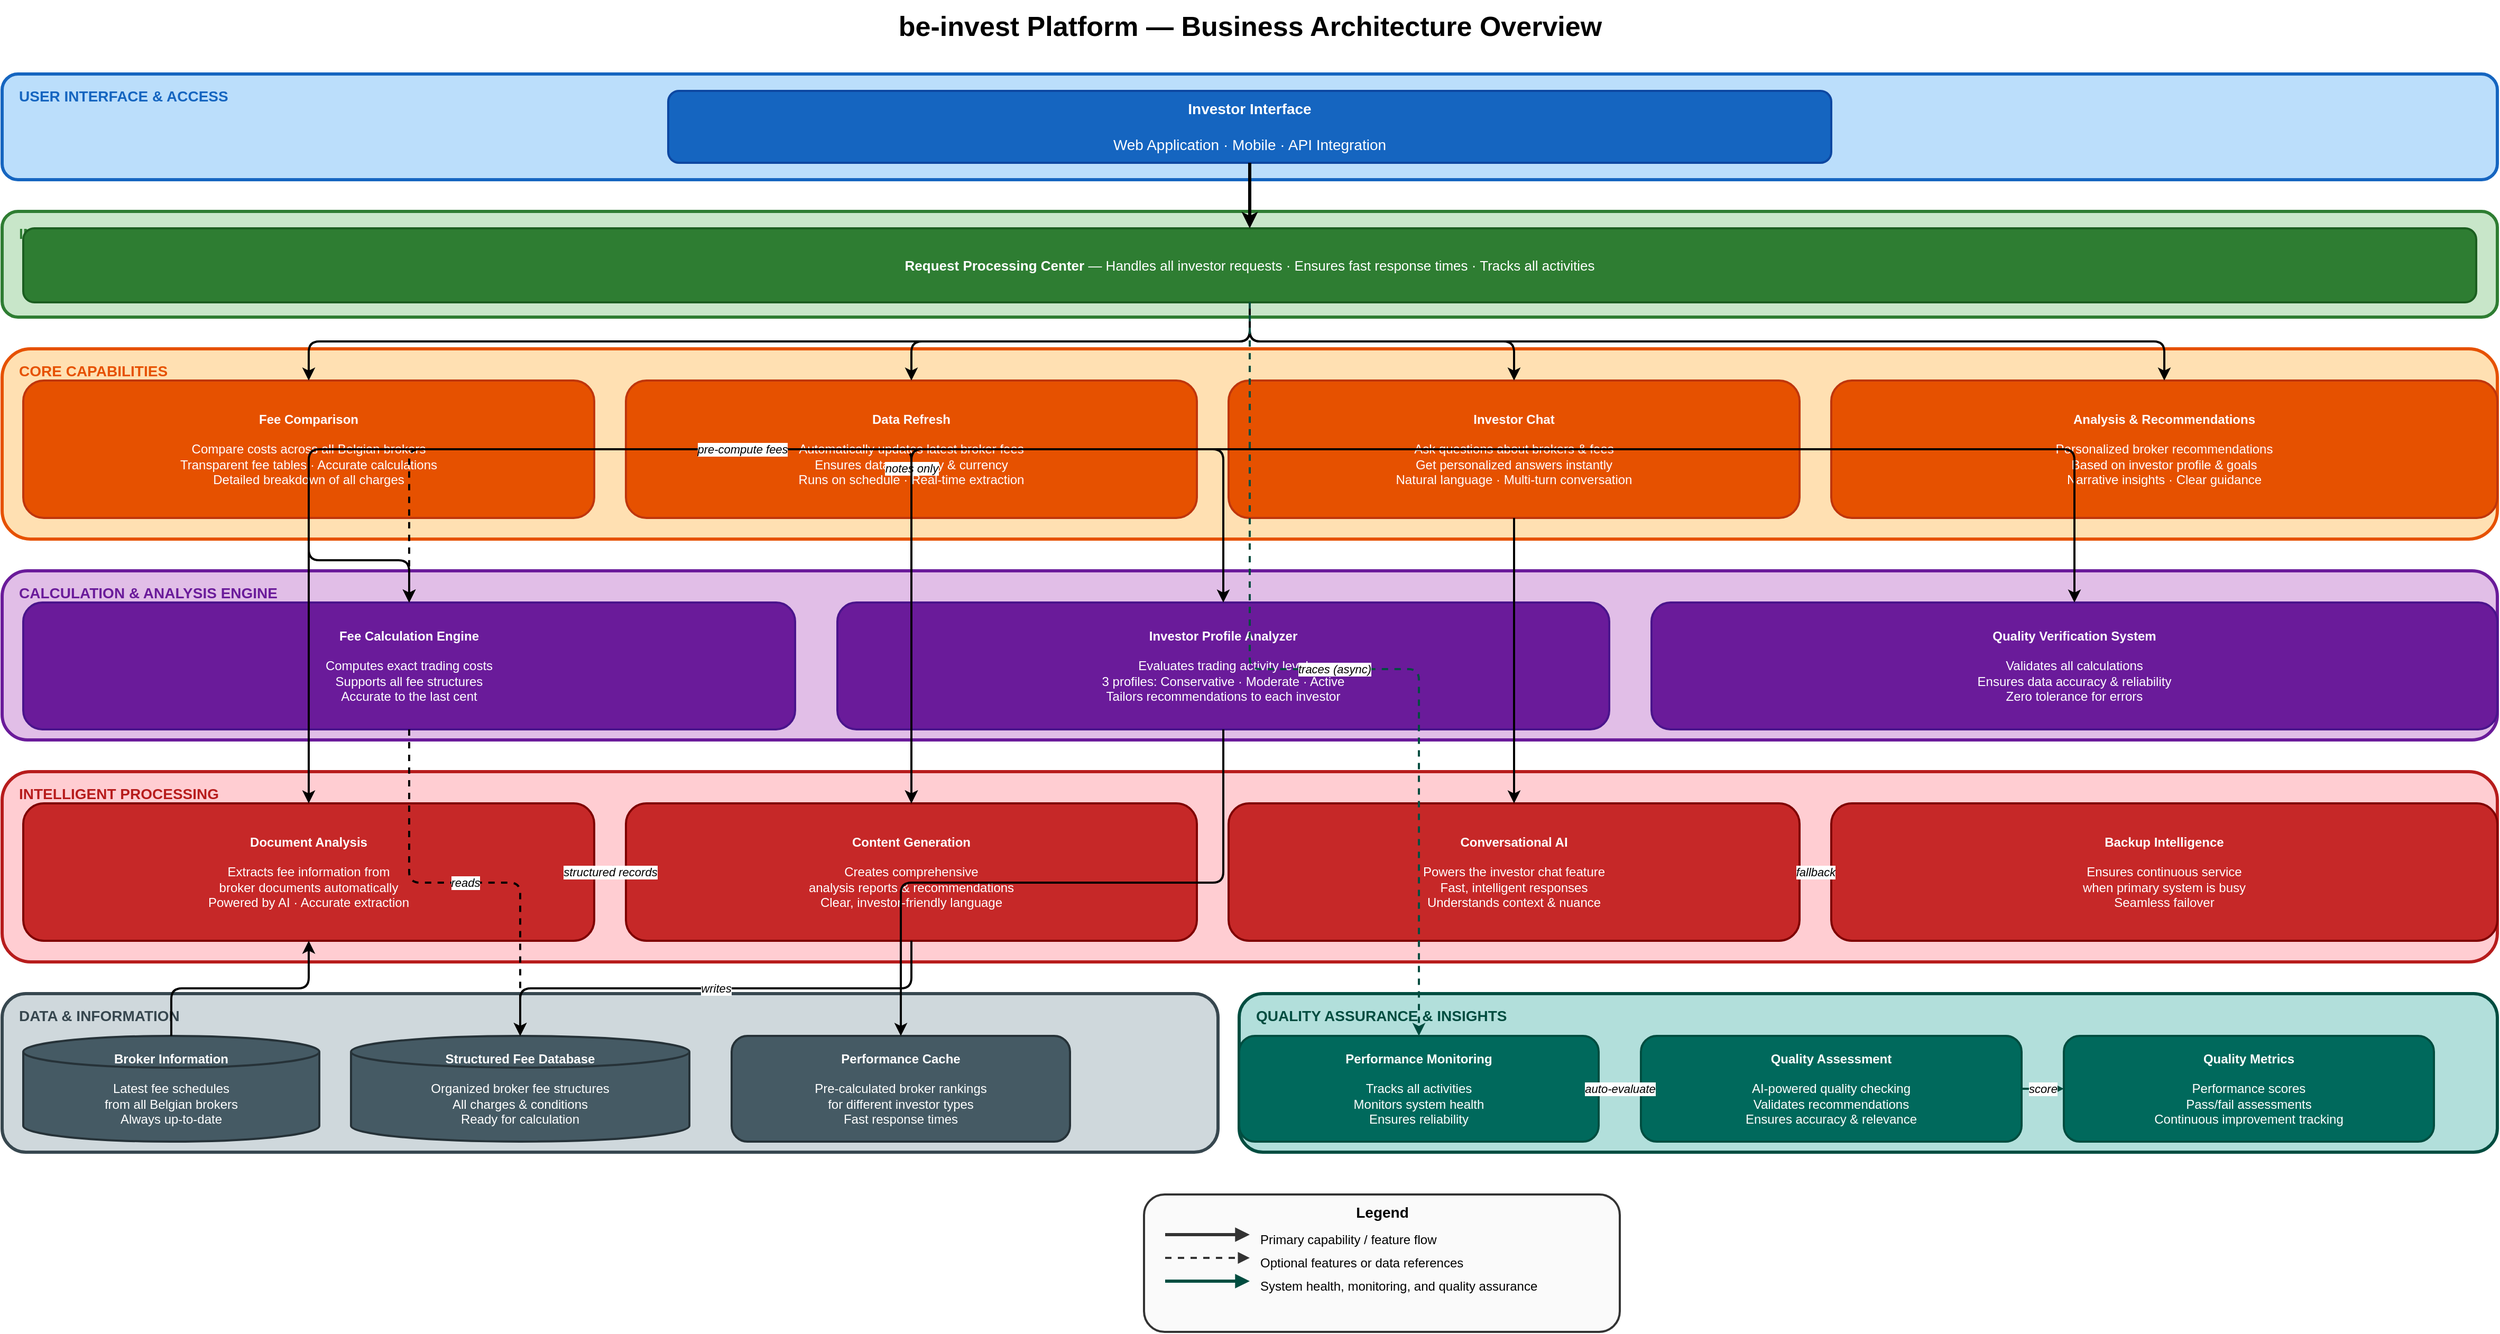
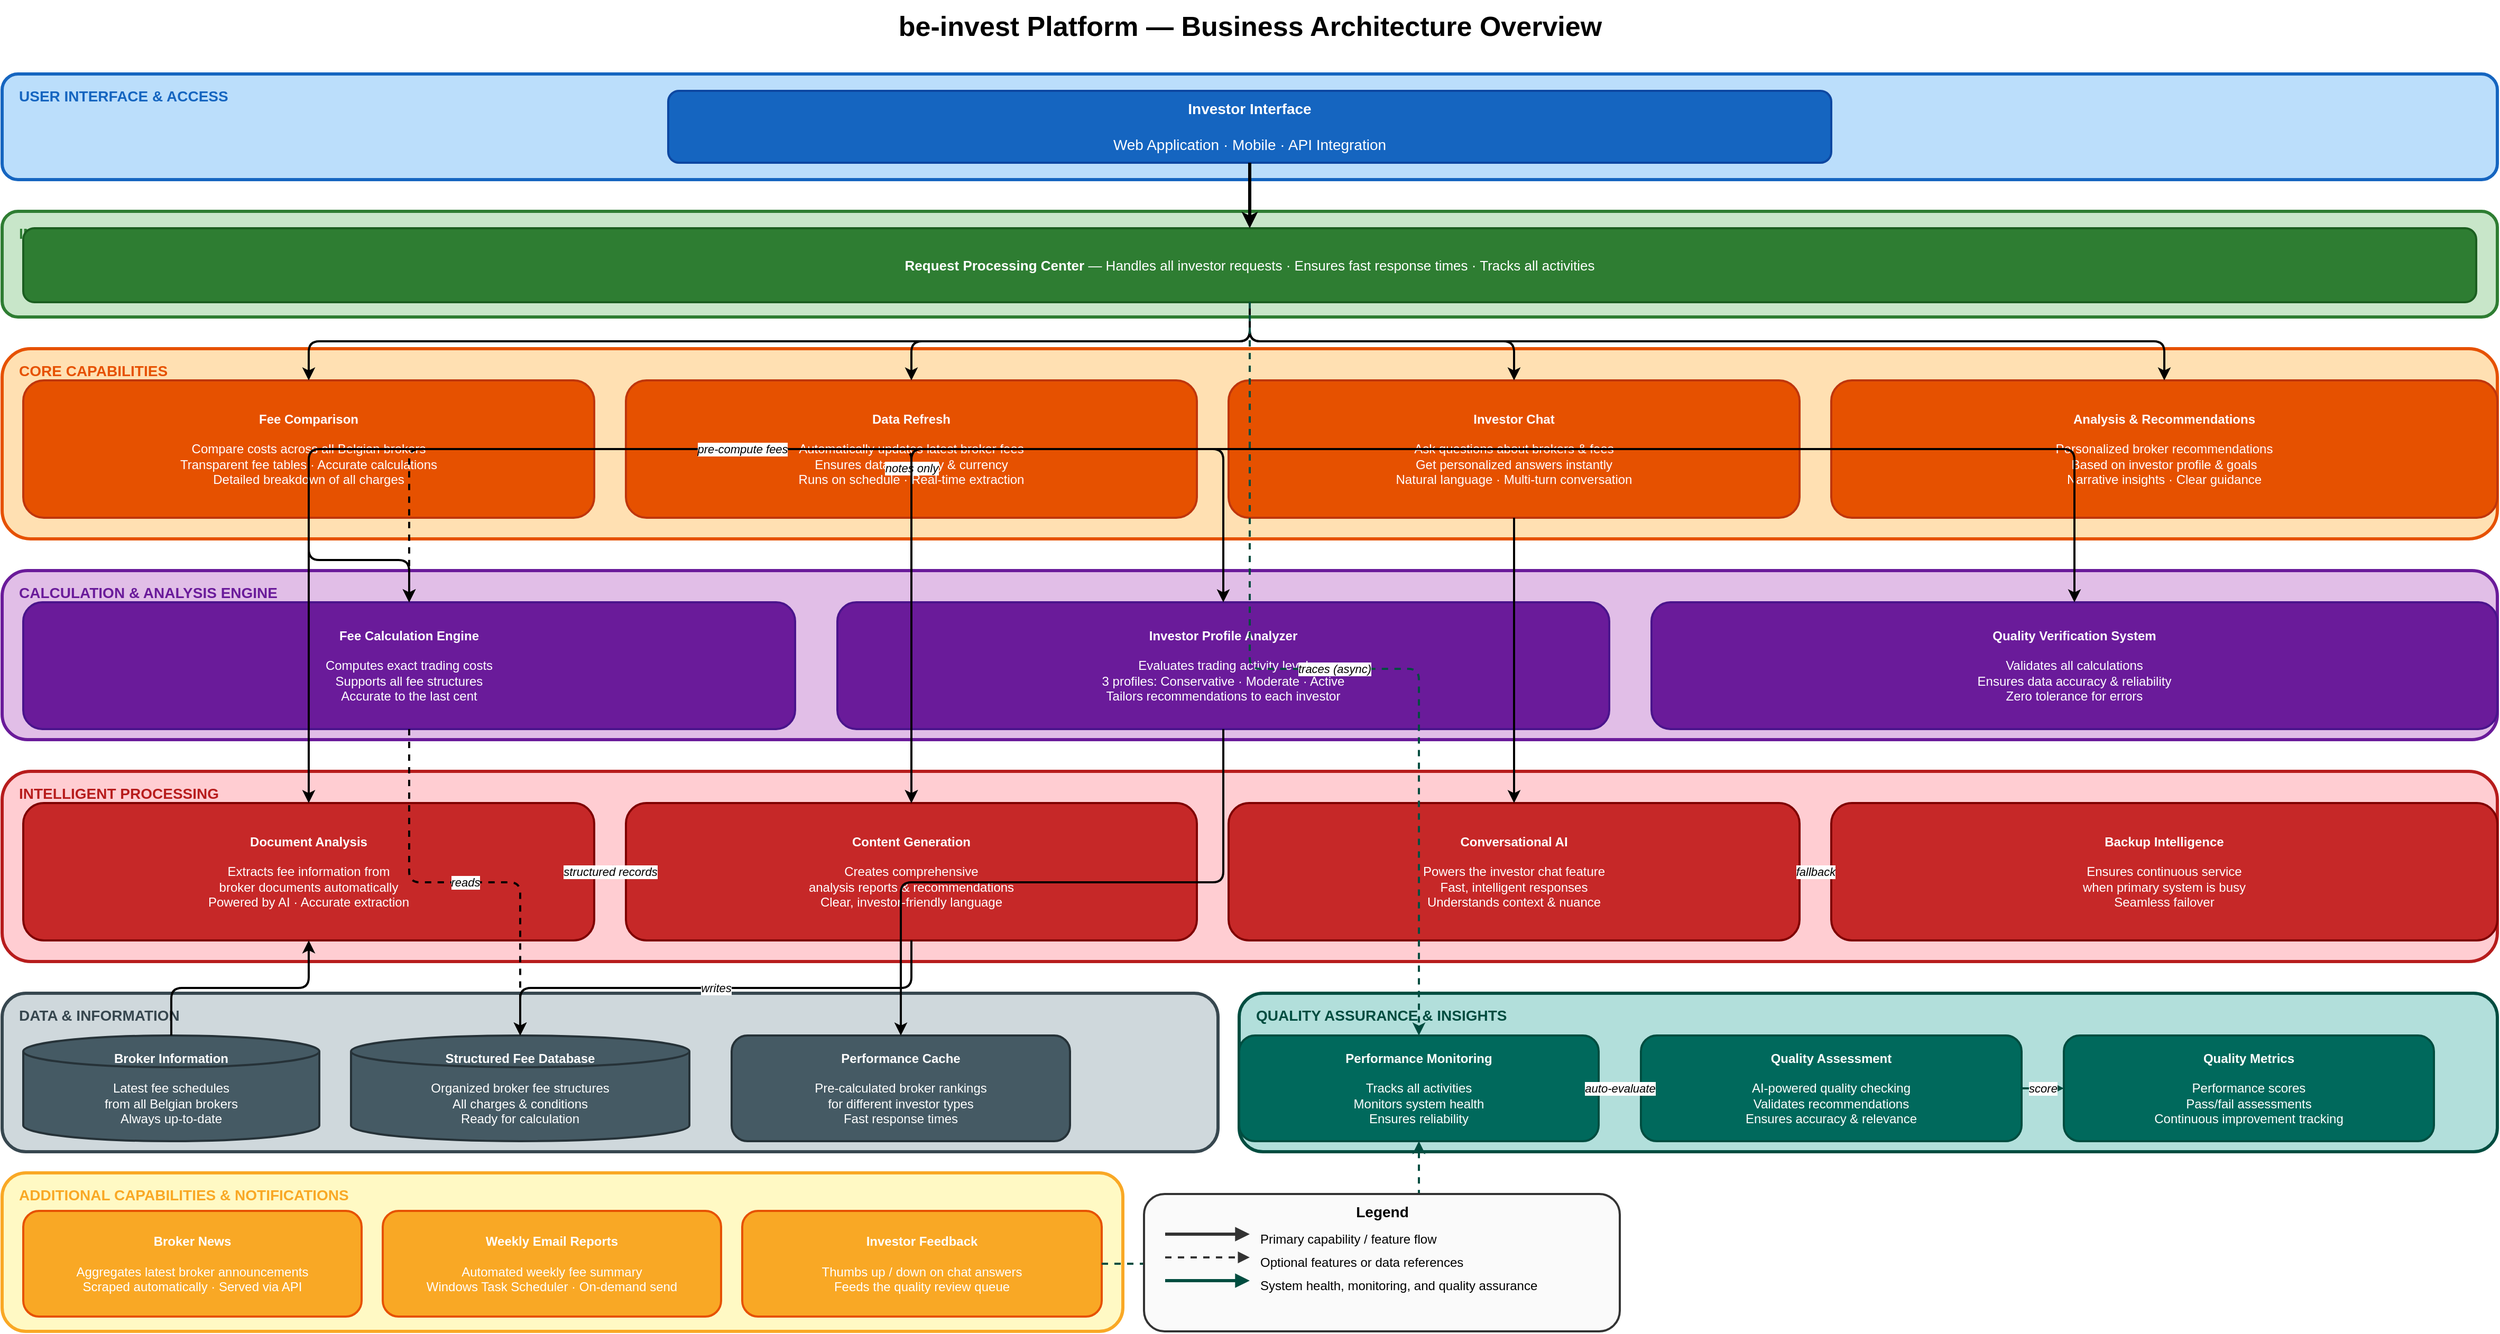
<?xml version="1.0" encoding="UTF-8"?>
<mxfile host="app.diagrams.net" version="21.0.0">
  <diagram id="current-arch" name="be-invest Current Architecture">
    <mxGraphModel dx="1422" dy="762" grid="1" gridSize="10" guides="1" tooltips="1" connect="1" arrows="1" fold="1" page="1" pageScale="1" pageWidth="2400" pageHeight="1400" math="0" shadow="0">
      <root>
        <mxCell id="0" />
        <mxCell id="1" parent="0" />

        <!-- TITLE -->
        <mxCell id="title" value="be-invest Platform — Business Architecture Overview" style="text;html=1;strokeColor=none;fillColor=none;align=center;verticalAlign=middle;fontSize=26;fontStyle=1;" vertex="1" parent="1">
          <mxGeometry x="200" y="20" width="2000" height="50" as="geometry" />
        </mxCell>

        <!-- ============================================================ -->
        <!-- SECTION BACKGROUNDS                                          -->
        <!-- ============================================================ -->

        <mxCell id="bg_client" value="" style="rounded=1;fillColor=#BBDEFB;strokeColor=#1565C0;strokeWidth=3;" vertex="1" parent="1">
          <mxGeometry x="20" y="90" width="2360" height="100" as="geometry" />
        </mxCell>
        <mxCell id="lbl_client" value="USER INTERFACE &amp; ACCESS" style="text;html=1;strokeColor=none;fillColor=none;align=left;verticalAlign=top;fontStyle=1;fontSize=14;fontColor=#1565C0;" vertex="1" parent="1">
          <mxGeometry x="34" y="96" width="200" height="24" as="geometry" />
        </mxCell>

        <mxCell id="bg_api" value="" style="rounded=1;fillColor=#C8E6C9;strokeColor=#2E7D32;strokeWidth=3;" vertex="1" parent="1">
          <mxGeometry x="20" y="220" width="2360" height="100" as="geometry" />
        </mxCell>
        <mxCell id="lbl_api" value="INTEGRATION &amp; REQUEST HANDLING" style="text;html=1;strokeColor=none;fillColor=none;align=left;verticalAlign=top;fontStyle=1;fontSize=14;fontColor=#2E7D32;" vertex="1" parent="1">
          <mxGeometry x="34" y="226" width="200" height="24" as="geometry" />
        </mxCell>

        <mxCell id="bg_endpoints" value="" style="rounded=1;fillColor=#FFE0B2;strokeColor=#E65100;strokeWidth=3;" vertex="1" parent="1">
          <mxGeometry x="20" y="350" width="2360" height="180" as="geometry" />
        </mxCell>
        <mxCell id="lbl_endpoints" value="CORE CAPABILITIES" style="text;html=1;strokeColor=none;fillColor=none;align=left;verticalAlign=top;fontStyle=1;fontSize=14;fontColor=#E65100;" vertex="1" parent="1">
          <mxGeometry x="34" y="356" width="220" height="24" as="geometry" />
        </mxCell>

        <mxCell id="bg_business" value="" style="rounded=1;fillColor=#E1BEE7;strokeColor=#6A1B9A;strokeWidth=3;" vertex="1" parent="1">
          <mxGeometry x="20" y="560" width="2360" height="160" as="geometry" />
        </mxCell>
        <mxCell id="lbl_business" value="CALCULATION &amp; ANALYSIS ENGINE" style="text;html=1;strokeColor=none;fillColor=none;align=left;verticalAlign=top;fontStyle=1;fontSize=14;fontColor=#6A1B9A;" vertex="1" parent="1">
          <mxGeometry x="34" y="566" width="280" height="24" as="geometry" />
        </mxCell>

        <mxCell id="bg_llm" value="" style="rounded=1;fillColor=#FFCDD2;strokeColor=#B71C1C;strokeWidth=3;" vertex="1" parent="1">
          <mxGeometry x="20" y="750" width="2360" height="180" as="geometry" />
        </mxCell>
        <mxCell id="lbl_llm" value="INTELLIGENT PROCESSING" style="text;html=1;strokeColor=none;fillColor=none;align=left;verticalAlign=top;fontStyle=1;fontSize=14;fontColor=#B71C1C;" vertex="1" parent="1">
          <mxGeometry x="34" y="756" width="280" height="24" as="geometry" />
        </mxCell>

        <mxCell id="bg_data" value="" style="rounded=1;fillColor=#CFD8DC;strokeColor=#37474F;strokeWidth=3;" vertex="1" parent="1">
          <mxGeometry x="20" y="960" width="1150" height="150" as="geometry" />
        </mxCell>
        <mxCell id="lbl_data" value="DATA &amp; INFORMATION" style="text;html=1;strokeColor=none;fillColor=none;align=left;verticalAlign=top;fontStyle=1;fontSize=14;fontColor=#37474F;" vertex="1" parent="1">
          <mxGeometry x="34" y="966" width="200" height="24" as="geometry" />
        </mxCell>

        <mxCell id="bg_obs" value="" style="rounded=1;fillColor=#B2DFDB;strokeColor=#004D40;strokeWidth=3;" vertex="1" parent="1">
          <mxGeometry x="1190" y="960" width="1190" height="150" as="geometry" />
        </mxCell>
        <mxCell id="lbl_obs" value="QUALITY ASSURANCE &amp; INSIGHTS" style="text;html=1;strokeColor=none;fillColor=none;align=left;verticalAlign=top;fontStyle=1;fontSize=14;fontColor=#004D40;" vertex="1" parent="1">
          <mxGeometry x="1204" y="966" width="420" height="24" as="geometry" />
        </mxCell>

        <!-- ============================================================ -->
        <!-- COMPONENTS                                                    -->
        <!-- ============================================================ -->

        <!-- CLIENT -->
        <mxCell id="client" value="&lt;b&gt;Investor Interface&lt;/b&gt;&lt;br&gt;&lt;br&gt;Web Application · Mobile · API Integration" style="rounded=1;whiteSpace=wrap;html=1;fillColor=#1565C0;strokeColor=#0D47A1;fontColor=#ffffff;fontSize=14;strokeWidth=2;" vertex="1" parent="1">
          <mxGeometry x="650" y="106" width="1100" height="68" as="geometry" />
        </mxCell>

        <!-- FASTAPI -->
        <mxCell id="fastapi" value="&lt;b&gt;Request Processing Center&lt;/b&gt;   —   Handles all investor requests · Ensures fast response times · Tracks all activities" style="rounded=1;whiteSpace=wrap;html=1;fillColor=#2E7D32;strokeColor=#1B5E20;fontColor=#ffffff;fontSize=13;strokeWidth=2;" vertex="1" parent="1">
          <mxGeometry x="40" y="236" width="2320" height="70" as="geometry" />
        </mxCell>

        <!-- ENDPOINTS -->
        <mxCell id="ep_cost" value="&lt;b&gt;Fee Comparison&lt;/b&gt;&lt;br&gt;&lt;br&gt;Compare costs across all Belgian brokers&lt;br&gt;Transparent fee tables · Accurate calculations&lt;br&gt;Detailed breakdown of all charges" style="rounded=1;whiteSpace=wrap;html=1;fillColor=#E65100;strokeColor=#BF360C;fontColor=#ffffff;fontSize=12;strokeWidth=2;" vertex="1" parent="1">
          <mxGeometry x="40" y="380" width="540" height="130" as="geometry" />
        </mxCell>

        <mxCell id="ep_refresh" value="&lt;b&gt;Data Refresh&lt;/b&gt;&lt;br&gt;&lt;br&gt;Automatically updates latest broker fees&lt;br&gt;Ensures data accuracy &amp; currency&lt;br&gt;Runs on schedule · Real-time extraction" style="rounded=1;whiteSpace=wrap;html=1;fillColor=#E65100;strokeColor=#BF360C;fontColor=#ffffff;fontSize=12;strokeWidth=2;" vertex="1" parent="1">
          <mxGeometry x="610" y="380" width="540" height="130" as="geometry" />
        </mxCell>

        <mxCell id="ep_chat" value="&lt;b&gt;Investor Chat&lt;/b&gt;&lt;br&gt;&lt;br&gt;Ask questions about brokers &amp; fees&lt;br&gt;Get personalized answers instantly&lt;br&gt;Natural language · Multi-turn conversation" style="rounded=1;whiteSpace=wrap;html=1;fillColor=#E65100;strokeColor=#BF360C;fontColor=#ffffff;fontSize=12;strokeWidth=2;" vertex="1" parent="1">
          <mxGeometry x="1180" y="380" width="540" height="130" as="geometry" />
        </mxCell>

        <mxCell id="ep_financial" value="&lt;b&gt;Analysis &amp; Recommendations&lt;/b&gt;&lt;br&gt;&lt;br&gt;Personalized broker recommendations&lt;br&gt;Based on investor profile &amp; goals&lt;br&gt;Narrative insights · Clear guidance" style="rounded=1;whiteSpace=wrap;html=1;fillColor=#E65100;strokeColor=#BF360C;fontColor=#ffffff;fontSize=12;strokeWidth=2;" vertex="1" parent="1">
          <mxGeometry x="1750" y="380" width="630" height="130" as="geometry" />
        </mxCell>

        <!-- BUSINESS LOGIC -->
        <mxCell id="fee_calc" value="&lt;b&gt;Fee Calculation Engine&lt;/b&gt;&lt;br&gt;&lt;br&gt;Computes exact trading costs&lt;br&gt;Supports all fee structures&lt;br&gt;Accurate to the last cent" style="rounded=1;whiteSpace=wrap;html=1;fillColor=#6A1B9A;strokeColor=#4A148C;fontColor=#ffffff;fontSize=12;strokeWidth=2;" vertex="1" parent="1">
          <mxGeometry x="40" y="590" width="730" height="120" as="geometry" />
        </mxCell>

        <mxCell id="persona_calc" value="&lt;b&gt;Investor Profile Analyzer&lt;/b&gt;&lt;br&gt;&lt;br&gt;Evaluates trading activity level&lt;br&gt;3 profiles: Conservative · Moderate · Active&lt;br&gt;Tailors recommendations to each investor" style="rounded=1;whiteSpace=wrap;html=1;fillColor=#6A1B9A;strokeColor=#4A148C;fontColor=#ffffff;fontSize=12;strokeWidth=2;" vertex="1" parent="1">
          <mxGeometry x="810" y="590" width="730" height="120" as="geometry" />
        </mxCell>

        <mxCell id="validator" value="&lt;b&gt;Quality Verification System&lt;/b&gt;&lt;br&gt;&lt;br&gt;Validates all calculations&lt;br&gt;Ensures data accuracy &amp; reliability&lt;br&gt;Zero tolerance for errors" style="rounded=1;whiteSpace=wrap;html=1;fillColor=#6A1B9A;strokeColor=#4A148C;fontColor=#ffffff;fontSize=12;strokeWidth=2;" vertex="1" parent="1">
          <mxGeometry x="1580" y="590" width="800" height="120" as="geometry" />
        </mxCell>

        <!-- LLM SERVICES -->
        <mxCell id="llm_gpt4o" value="&lt;b&gt;Document Analysis&lt;/b&gt;&lt;br&gt;&lt;br&gt;Extracts fee information from&lt;br&gt;broker documents automatically&lt;br&gt;Powered by AI · Accurate extraction" style="rounded=1;whiteSpace=wrap;html=1;fillColor=#C62828;strokeColor=#7F0000;fontColor=#ffffff;fontSize=12;strokeWidth=2;" vertex="1" parent="1">
          <mxGeometry x="40" y="780" width="540" height="130" as="geometry" />
        </mxCell>

        <mxCell id="llm_claude" value="&lt;b&gt;Content Generation&lt;/b&gt;&lt;br&gt;&lt;br&gt;Creates comprehensive&lt;br&gt;analysis reports &amp; recommendations&lt;br&gt;Clear, investor-friendly language" style="rounded=1;whiteSpace=wrap;html=1;fillColor=#C62828;strokeColor=#7F0000;fontColor=#ffffff;fontSize=12;strokeWidth=2;" vertex="1" parent="1">
          <mxGeometry x="610" y="780" width="540" height="130" as="geometry" />
        </mxCell>

        <mxCell id="llm_groq" value="&lt;b&gt;Conversational AI&lt;/b&gt;&lt;br&gt;&lt;br&gt;Powers the investor chat feature&lt;br&gt;Fast, intelligent responses&lt;br&gt;Understands context &amp; nuance" style="rounded=1;whiteSpace=wrap;html=1;fillColor=#C62828;strokeColor=#7F0000;fontColor=#ffffff;fontSize=12;strokeWidth=2;" vertex="1" parent="1">
          <mxGeometry x="1180" y="780" width="540" height="130" as="geometry" />
        </mxCell>

        <mxCell id="llm_gemini_flash" value="&lt;b&gt;Backup Intelligence&lt;/b&gt;&lt;br&gt;&lt;br&gt;Ensures continuous service&lt;br&gt;when primary system is busy&lt;br&gt;Seamless failover" style="rounded=1;whiteSpace=wrap;html=1;fillColor=#C62828;strokeColor=#7F0000;fontColor=#ffffff;fontSize=12;strokeWidth=2;" vertex="1" parent="1">
          <mxGeometry x="1750" y="780" width="630" height="130" as="geometry" />
        </mxCell>

        <!-- DATA LAYER -->
        <mxCell id="pdf_files" value="&lt;b&gt;Broker Information&lt;/b&gt;&lt;br&gt;&lt;br&gt;Latest fee schedules&lt;br&gt;from all Belgian brokers&lt;br&gt;Always up-to-date" style="shape=cylinder3;whiteSpace=wrap;html=1;fillColor=#455A64;strokeColor=#263238;fontColor=#ffffff;fontSize=12;strokeWidth=2;" vertex="1" parent="1">
          <mxGeometry x="40" y="1000" width="280" height="100" as="geometry" />
        </mxCell>

        <mxCell id="fee_rules_json" value="&lt;b&gt;Structured Fee Database&lt;/b&gt;&lt;br&gt;&lt;br&gt;Organized broker fee structures&lt;br&gt;All charges &amp; conditions&lt;br&gt;Ready for calculation" style="shape=cylinder3;whiteSpace=wrap;html=1;fillColor=#455A64;strokeColor=#263238;fontColor=#ffffff;fontSize=12;strokeWidth=2;" vertex="1" parent="1">
          <mxGeometry x="350" y="1000" width="320" height="100" as="geometry" />
        </mxCell>

        <mxCell id="cache_mem" value="&lt;b&gt;Performance Cache&lt;/b&gt;&lt;br&gt;&lt;br&gt;Pre-calculated broker rankings&lt;br&gt;for different investor types&lt;br&gt;Fast response times" style="rounded=1;whiteSpace=wrap;html=1;fillColor=#455A64;strokeColor=#263238;fontColor=#ffffff;fontSize=12;strokeWidth=2;" vertex="1" parent="1">
          <mxGeometry x="710" y="1000" width="320" height="100" as="geometry" />
        </mxCell>

        <!-- OBSERVABILITY LAYER -->
        <mxCell id="langfuse" value="&lt;b&gt;Performance Monitoring&lt;/b&gt;&lt;br&gt;&lt;br&gt;Tracks all activities&lt;br&gt;Monitors system health&lt;br&gt;Ensures reliability" style="rounded=1;whiteSpace=wrap;html=1;fillColor=#00695C;strokeColor=#004D40;fontColor=#ffffff;fontSize=12;strokeWidth=2;" vertex="1" parent="1">
          <mxGeometry x="1190" y="1000" width="340" height="100" as="geometry" />
        </mxCell>

        <mxCell id="llm_judge" value="&lt;b&gt;Quality Assessment&lt;/b&gt;&lt;br&gt;&lt;br&gt;AI-powered quality checking&lt;br&gt;Validates recommendations&lt;br&gt;Ensures accuracy &amp; relevance" style="rounded=1;whiteSpace=wrap;html=1;fillColor=#00695C;strokeColor=#004D40;fontColor=#ffffff;fontSize=12;strokeWidth=2;" vertex="1" parent="1">
          <mxGeometry x="1570" y="1000" width="360" height="100" as="geometry" />
        </mxCell>

        <mxCell id="eval_results" value="&lt;b&gt;Quality Metrics&lt;/b&gt;&lt;br&gt;&lt;br&gt;Performance scores&lt;br&gt;Pass/fail assessments&lt;br&gt;Continuous improvement tracking" style="rounded=1;whiteSpace=wrap;html=1;fillColor=#00695C;strokeColor=#004D40;fontColor=#ffffff;fontSize=12;strokeWidth=2;" vertex="1" parent="1">
          <mxGeometry x="1970" y="1000" width="350" height="100" as="geometry" />
        </mxCell>

        <!-- ============================================================ -->
+         <!-- ADDITIONAL CAPABILITIES & NOTIFICATIONS                       -->
+         <!-- ============================================================ -->
+         <mxCell id="bg_extra" value="" style="rounded=1;fillColor=#FFF9C4;strokeColor=#F9A825;strokeWidth=3;" vertex="1" parent="1">
+           <mxGeometry x="20" y="1130" width="1060" height="150" as="geometry" />
+         </mxCell>
+         <mxCell id="lbl_extra" value="ADDITIONAL CAPABILITIES &amp; NOTIFICATIONS" style="text;html=1;strokeColor=none;fillColor=none;align=left;verticalAlign=top;fontStyle=1;fontSize=14;fontColor=#F9A825;" vertex="1" parent="1">
+           <mxGeometry x="34" y="1136" width="420" height="24" as="geometry" />
+         </mxCell>
+         <mxCell id="cap_news" value="&lt;b&gt;Broker News&lt;/b&gt;&lt;br&gt;&lt;br&gt;Aggregates latest broker announcements&lt;br&gt;Scraped automatically · Served via API" style="rounded=1;whiteSpace=wrap;html=1;fillColor=#F9A825;strokeColor=#E65100;fontColor=#ffffff;fontSize=12;strokeWidth=2;" vertex="1" parent="1">
+           <mxGeometry x="40" y="1166" width="320" height="100" as="geometry" />
+         </mxCell>
+         <mxCell id="cap_email" value="&lt;b&gt;Weekly Email Reports&lt;/b&gt;&lt;br&gt;&lt;br&gt;Automated weekly fee summary&lt;br&gt;Windows Task Scheduler · On-demand send" style="rounded=1;whiteSpace=wrap;html=1;fillColor=#F9A825;strokeColor=#E65100;fontColor=#ffffff;fontSize=12;strokeWidth=2;" vertex="1" parent="1">
+           <mxGeometry x="380" y="1166" width="320" height="100" as="geometry" />
+         </mxCell>
+         <mxCell id="cap_feedback" value="&lt;b&gt;Investor Feedback&lt;/b&gt;&lt;br&gt;&lt;br&gt;Thumbs up / down on chat answers&lt;br&gt;Feeds the quality review queue" style="rounded=1;whiteSpace=wrap;html=1;fillColor=#F9A825;strokeColor=#E65100;fontColor=#ffffff;fontSize=12;strokeWidth=2;" vertex="1" parent="1">
+           <mxGeometry x="720" y="1166" width="340" height="100" as="geometry" />
+         </mxCell>
+         <mxCell id="e23" value="feedback scores" style="edgeStyle=orthogonalEdgeStyle;html=1;dashed=1;strokeWidth=2;strokeColor=#004D40;fontStyle=2;fontSize=11;" edge="1" source="cap_feedback" target="langfuse" parent="1">
+           <mxGeometry relative="1" as="geometry" />
+         </mxCell>
+ 
+         <!-- ============================================================ -->
        <!-- LEGEND                                                        -->
        <!-- ============================================================ -->
        <mxCell id="legend_bg" value="" style="rounded=1;fillColor=#FAFAFA;strokeColor=#333333;strokeWidth=2;" vertex="1" parent="1">
          <mxGeometry x="1100" y="1150" width="450" height="130" as="geometry" />
        </mxCell>
        <mxCell id="legend_hdr" value="&lt;b&gt;Legend&lt;/b&gt;" style="text;html=1;strokeColor=none;fillColor=none;align=center;fontSize=14;fontStyle=1;" vertex="1" parent="1">
          <mxGeometry x="1100" y="1152" width="450" height="24" as="geometry" />
        </mxCell>
        <mxCell id="ls1" style="edgeStyle=none;html=1;strokeWidth=3;strokeColor=#333333;endArrow=block;endFill=1;" edge="1" parent="1">
          <mxGeometry relative="1" as="geometry">
            <mxPoint x="1120" y="1188" as="sourcePoint" />
            <mxPoint x="1200" y="1188" as="targetPoint" />
          </mxGeometry>
        </mxCell>
        <mxCell id="ll1" value="Primary capability / feature flow" style="text;html=1;strokeColor=none;fillColor=none;align=left;fontSize=12;" vertex="1" parent="1">
          <mxGeometry x="1208" y="1179" width="290" height="18" as="geometry" />
        </mxCell>
        <mxCell id="ls2" style="edgeStyle=none;html=1;strokeWidth=2;dashed=1;strokeColor=#333333;endArrow=block;endFill=1;" edge="1" parent="1">
          <mxGeometry relative="1" as="geometry">
            <mxPoint x="1120" y="1210" as="sourcePoint" />
            <mxPoint x="1200" y="1210" as="targetPoint" />
          </mxGeometry>
        </mxCell>
        <mxCell id="ll2" value="Optional features or data references" style="text;html=1;strokeColor=none;fillColor=none;align=left;fontSize=12;" vertex="1" parent="1">
          <mxGeometry x="1208" y="1201" width="290" height="18" as="geometry" />
        </mxCell>
        <mxCell id="ls3" style="edgeStyle=none;html=1;strokeWidth=3;strokeColor=#004D40;endArrow=block;endFill=1;" edge="1" parent="1">
          <mxGeometry relative="1" as="geometry">
            <mxPoint x="1120" y="1232" as="sourcePoint" />
            <mxPoint x="1200" y="1232" as="targetPoint" />
          </mxGeometry>
        </mxCell>
        <mxCell id="ll3" value="System health, monitoring, and quality assurance" style="text;html=1;strokeColor=none;fillColor=none;align=left;fontSize=12;" vertex="1" parent="1">
          <mxGeometry x="1208" y="1223" width="290" height="18" as="geometry" />
        </mxCell>

        <!-- ============================================================ -->
        <!-- CONNECTIONS                                                   -->
        <!-- ============================================================ -->

        <!-- Client → FastAPI -->
        <mxCell id="e01" style="edgeStyle=orthogonalEdgeStyle;html=1;strokeWidth=3;exitX=0.5;exitY=1;exitDx=0;exitDy=0;entryX=0.5;entryY=0;entryDx=0;entryDy=0;" edge="1" source="client" target="fastapi" parent="1">
          <mxGeometry relative="1" as="geometry" />
        </mxCell>

        <!-- FastAPI → each endpoint -->
        <mxCell id="e02" style="edgeStyle=orthogonalEdgeStyle;html=1;strokeWidth=2;" edge="1" source="fastapi" target="ep_cost" parent="1">
          <mxGeometry relative="1" as="geometry" />
        </mxCell>
        <mxCell id="e03" style="edgeStyle=orthogonalEdgeStyle;html=1;strokeWidth=2;" edge="1" source="fastapi" target="ep_refresh" parent="1">
          <mxGeometry relative="1" as="geometry" />
        </mxCell>
        <mxCell id="e04" style="edgeStyle=orthogonalEdgeStyle;html=1;strokeWidth=2;" edge="1" source="fastapi" target="ep_chat" parent="1">
          <mxGeometry relative="1" as="geometry" />
        </mxCell>
        <mxCell id="e05" style="edgeStyle=orthogonalEdgeStyle;html=1;strokeWidth=2;" edge="1" source="fastapi" target="ep_financial" parent="1">
          <mxGeometry relative="1" as="geometry" />
        </mxCell>

        <!-- /cost-comparison-tables → business logic -->
        <mxCell id="e06" style="edgeStyle=orthogonalEdgeStyle;html=1;strokeWidth=2;" edge="1" source="ep_cost" target="fee_calc" parent="1">
          <mxGeometry relative="1" as="geometry" />
        </mxCell>
        <mxCell id="e07" style="edgeStyle=orthogonalEdgeStyle;html=1;strokeWidth=2;" edge="1" source="ep_cost" target="persona_calc" parent="1">
          <mxGeometry relative="1" as="geometry" />
        </mxCell>
        <mxCell id="e08" style="edgeStyle=orthogonalEdgeStyle;html=1;strokeWidth=2;" edge="1" source="ep_cost" target="validator" parent="1">
          <mxGeometry relative="1" as="geometry" />
        </mxCell>
        <mxCell id="e09" value="notes only" style="edgeStyle=orthogonalEdgeStyle;html=1;dashed=1;strokeWidth=2;fontStyle=2;fontSize=11;" edge="1" source="ep_cost" target="llm_claude" parent="1">
          <mxGeometry relative="1" as="geometry" />
        </mxCell>

        <!-- /refresh-and-analyze pipeline -->
        <mxCell id="e10" style="edgeStyle=orthogonalEdgeStyle;html=1;strokeWidth=2;" edge="1" source="ep_refresh" target="llm_gpt4o" parent="1">
          <mxGeometry relative="1" as="geometry" />
        </mxCell>
        <mxCell id="e11" value="structured records" style="edgeStyle=orthogonalEdgeStyle;html=1;strokeWidth=2;fontStyle=2;fontSize=11;" edge="1" source="llm_gpt4o" target="llm_claude" parent="1">
          <mxGeometry relative="1" as="geometry" />
        </mxCell>
        <mxCell id="e12" value="writes" style="edgeStyle=orthogonalEdgeStyle;html=1;strokeWidth=2;fontStyle=2;fontSize=11;" edge="1" source="llm_claude" target="fee_rules_json" parent="1">
          <mxGeometry relative="1" as="geometry" />
        </mxCell>

        <!-- PDF → GPT-4o -->
        <mxCell id="e13" style="edgeStyle=orthogonalEdgeStyle;html=1;strokeWidth=2;" edge="1" source="pdf_files" target="llm_gpt4o" parent="1">
          <mxGeometry relative="1" as="geometry" />
        </mxCell>

        <!-- /chat flows -->
        <mxCell id="e14" style="edgeStyle=orthogonalEdgeStyle;html=1;strokeWidth=2;" edge="1" source="ep_chat" target="llm_groq" parent="1">
          <mxGeometry relative="1" as="geometry" />
        </mxCell>
        <mxCell id="e15" value="pre-compute fees" style="edgeStyle=orthogonalEdgeStyle;html=1;dashed=1;strokeWidth=2;fontStyle=2;fontSize=11;" edge="1" source="ep_chat" target="fee_calc" parent="1">
          <mxGeometry relative="1" as="geometry" />
        </mxCell>
        <mxCell id="e16" value="fallback" style="edgeStyle=orthogonalEdgeStyle;html=1;dashed=1;strokeWidth=2;strokeColor=#C62828;fontStyle=2;fontSize=11;" edge="1" source="llm_groq" target="llm_gemini_flash" parent="1">
          <mxGeometry relative="1" as="geometry" />
        </mxCell>

        <!-- /financial-analysis → Claude -->
        <mxCell id="e17" style="edgeStyle=orthogonalEdgeStyle;html=1;strokeWidth=2;" edge="1" source="ep_financial" target="llm_claude" parent="1">
          <mxGeometry relative="1" as="geometry" />
        </mxCell>

        <!-- fee_calc reads fee_rules_json -->
        <mxCell id="e18" value="reads" style="edgeStyle=orthogonalEdgeStyle;html=1;dashed=1;strokeWidth=2;fontStyle=2;fontSize=11;" edge="1" source="fee_calc" target="fee_rules_json" parent="1">
          <mxGeometry relative="1" as="geometry" />
        </mxCell>

        <!-- persona_calc → cache -->
        <mxCell id="e19" style="edgeStyle=orthogonalEdgeStyle;html=1;strokeWidth=2;" edge="1" source="persona_calc" target="cache_mem" parent="1">
          <mxGeometry relative="1" as="geometry" />
        </mxCell>

        <!-- FastAPI → Langfuse (async tracing) -->
        <mxCell id="e20" value="traces (async)" style="edgeStyle=orthogonalEdgeStyle;html=1;dashed=1;strokeWidth=2;strokeColor=#004D40;fontStyle=2;fontSize=11;" edge="1" source="fastapi" target="langfuse" parent="1">
          <mxGeometry relative="1" as="geometry" />
        </mxCell>

        <!-- Langfuse → Judge → Eval Results -->
        <mxCell id="e21" value="auto-evaluate" style="edgeStyle=orthogonalEdgeStyle;html=1;strokeWidth=2;strokeColor=#004D40;fontStyle=2;fontSize=11;" edge="1" source="langfuse" target="llm_judge" parent="1">
          <mxGeometry relative="1" as="geometry" />
        </mxCell>
        <mxCell id="e22" value="score" style="edgeStyle=orthogonalEdgeStyle;html=1;strokeWidth=2;strokeColor=#004D40;fontStyle=2;fontSize=11;" edge="1" source="llm_judge" target="eval_results" parent="1">
          <mxGeometry relative="1" as="geometry" />
        </mxCell>

      </root>
    </mxGraphModel>
  </diagram>
</mxfile>
